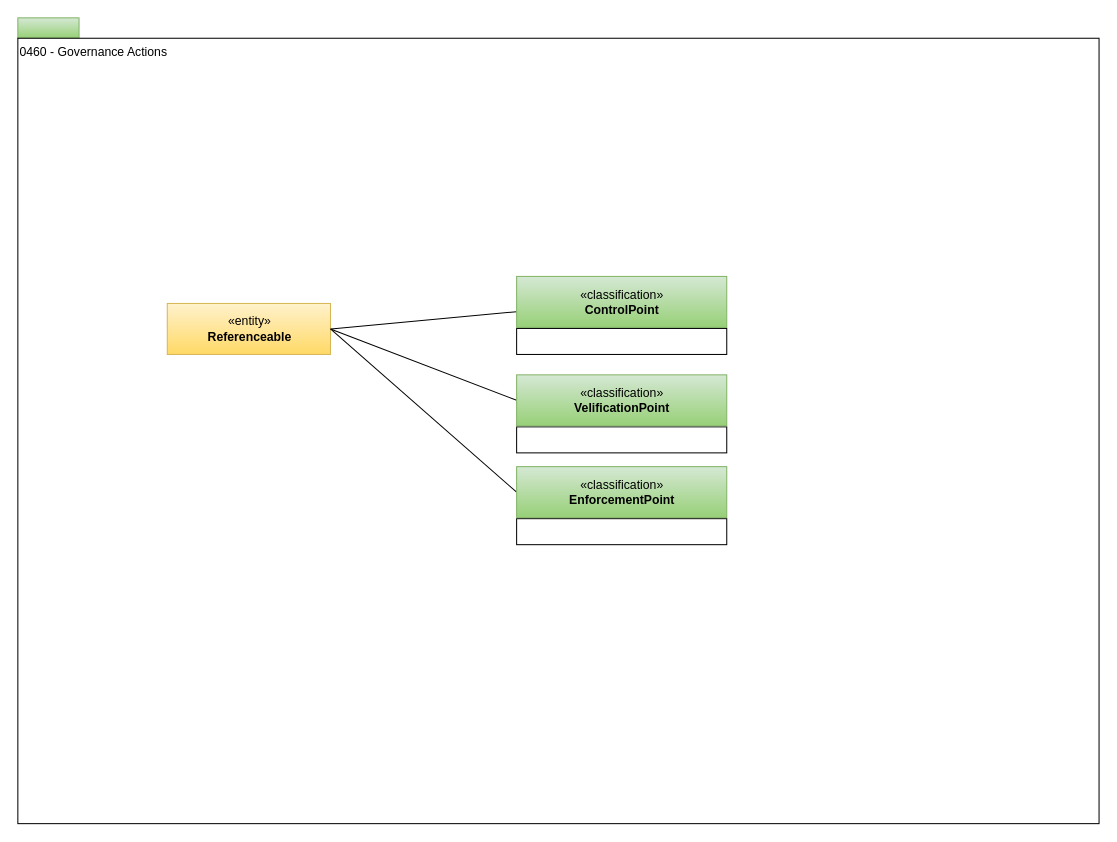
This is page "0460-Governance-Execution-Points" (20 of 28) of open-metadata-publication/website/open-metadata-types/area-4-governance.drawio from odpi/egeria, a draw.io file, before an edit. Source tidied: cells renumbered, new cells numbered last; positions are measured from the earlier drawing's top-left corner, leaving out a move shared by most shapes. Both pictures are drawn from the tidied source at 102%, with x=0, y=0 at pixel (17, 17).
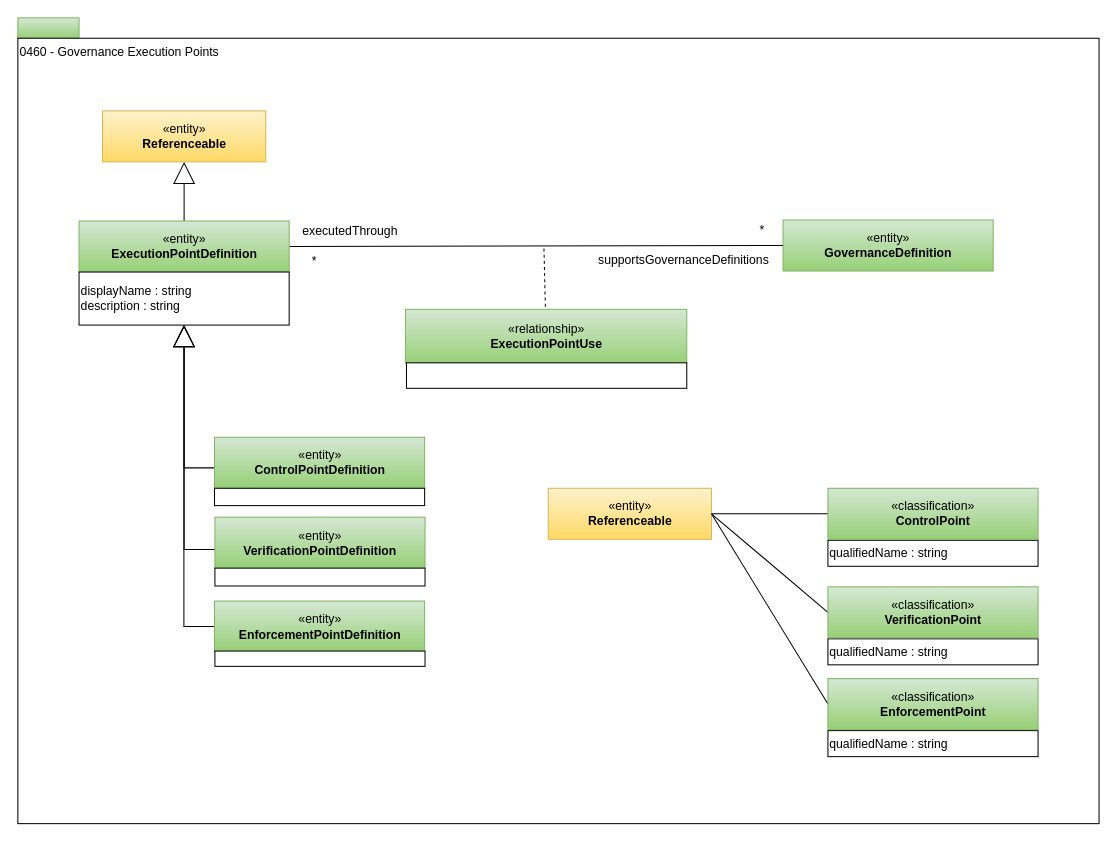
The same diagram, later.

Change to the diagram source:
```diff
@@
-    <mxCell id="3" value="0460 - Governance Actions" style="rounded=0;whiteSpace=wrap;html=1;align=left;verticalAlign=top;" parent="1" vertex="1">
+    <mxCell id="3" value="0460 - Governance Execution Points" style="rounded=0;whiteSpace=wrap;html=1;align=left;verticalAlign=top;" parent="1" vertex="1">
       <mxGeometry y="20" width="1060" height="770" as="geometry" />
     </mxCell>
-    <mxCell id="4" value="&lt;span&gt;&lt;br&gt;&lt;/span&gt;" style="rounded=0;whiteSpace=wrap;html=1;strokeColor=#000000;gradientColor=#ffffff;align=left;" parent="1" vertex="1">
-      <mxGeometry x="489" y="304.5" width="206" height="25.5" as="geometry" />
+    <mxCell id="4" value="&lt;span&gt;qualifiedName : string&lt;br&gt;&lt;/span&gt;" style="rounded=0;whiteSpace=wrap;html=1;strokeColor=#000000;gradientColor=#ffffff;align=left;" parent="1" vertex="1">
+      <mxGeometry x="794.2" y="512.2" width="206" height="25.5" as="geometry" />
     </mxCell>
-    <mxCell id="5" style="rounded=0;html=1;endArrow=none;endFill=0;jettySize=auto;" parent="1" edge="1" target="7">
-      <mxGeometry relative="1" as="geometry">
-        <mxPoint x="307" y="305" as="sourcePoint" />
-      </mxGeometry>
+    <mxCell id="5" style="rounded=0;html=1;endArrow=none;endFill=0;jettySize=auto;exitX=1;exitY=0.5;exitDx=0;exitDy=0;" parent="1" edge="1" source="6" target="7">
+      <mxGeometry relative="1" as="geometry" />
     </mxCell>
     <mxCell id="6" value="«entity»&lt;br&gt;&lt;b&gt;Referenceable&lt;/b&gt;" style="html=1;strokeColor=#d6b656;align=center;fillColor=#fff2cc;gradientColor=#ffd966;" parent="1" vertex="1">
-      <mxGeometry x="146.5" y="280" width="160" height="50" as="geometry" />
+      <mxGeometry x="520" y="461.2" width="160" height="50" as="geometry" />
     </mxCell>
     <mxCell id="7" value="«classification»&lt;br&gt;&lt;b&gt;ControlPoint&lt;/b&gt;" style="html=1;strokeColor=#82b366;align=center;fillColor=#d5e8d4;gradientColor=#97d077;" parent="1" vertex="1">
-      <mxGeometry x="489" y="253.5" width="206" height="50" as="geometry" />
+      <mxGeometry x="794.2" y="461.2" width="206" height="50" as="geometry" />
     </mxCell>
-    <mxCell id="8" value="&lt;span&gt;&lt;br&gt;&lt;/span&gt;" style="rounded=0;whiteSpace=wrap;html=1;strokeColor=#000000;gradientColor=#ffffff;align=left;" parent="1" vertex="1">
-      <mxGeometry x="489" y="401" width="206" height="25.5" as="geometry" />
+    <mxCell id="8" value="&lt;span&gt;qualifiedName : string&lt;br&gt;&lt;/span&gt;" style="rounded=0;whiteSpace=wrap;html=1;strokeColor=#000000;gradientColor=#ffffff;align=left;" parent="1" vertex="1">
+      <mxGeometry x="794.2" y="608.8" width="206" height="25.5" as="geometry" />
     </mxCell>
@@
-    <mxCell id="10" value="«classification»&lt;br&gt;&lt;b&gt;VelificationPoint&lt;/b&gt;" style="html=1;strokeColor=#82b366;align=center;fillColor=#d5e8d4;gradientColor=#97d077;" parent="1" vertex="1">
-      <mxGeometry x="489" y="350" width="206" height="50" as="geometry" />
+    <mxCell id="10" value="«classification»&lt;br&gt;&lt;b&gt;VerificationPoint&lt;/b&gt;" style="html=1;strokeColor=#82b366;align=center;fillColor=#d5e8d4;gradientColor=#97d077;" parent="1" vertex="1">
+      <mxGeometry x="794.2" y="557.8" width="206" height="50" as="geometry" />
     </mxCell>
-    <mxCell id="11" value="&lt;span&gt;&lt;br&gt;&lt;/span&gt;" style="rounded=0;whiteSpace=wrap;html=1;strokeColor=#000000;gradientColor=#ffffff;align=left;" parent="1" vertex="1">
-      <mxGeometry x="489" y="491" width="206" height="25.5" as="geometry" />
+    <mxCell id="11" value="&lt;span&gt;qualifiedName : string&lt;br&gt;&lt;/span&gt;" style="rounded=0;whiteSpace=wrap;html=1;strokeColor=#000000;gradientColor=#ffffff;align=left;" parent="1" vertex="1">
+      <mxGeometry x="794.2" y="698.8" width="206" height="25.5" as="geometry" />
     </mxCell>
@@
     <mxCell id="13" value="«classification»&lt;br&gt;&lt;b&gt;EnforcementPoint&lt;/b&gt;" style="html=1;strokeColor=#82b366;align=center;fillColor=#d5e8d4;gradientColor=#97d077;" parent="1" vertex="1">
-      <mxGeometry x="489" y="440" width="206" height="50" as="geometry" />
+      <mxGeometry x="794.2" y="647.8" width="206" height="50" as="geometry" />
     </mxCell>
+    <mxCell id="14" style="edgeStyle=orthogonalEdgeStyle;rounded=0;jettySize=auto;html=1;exitX=0;exitY=0.5;exitDx=0;exitDy=0;entryX=0.5;entryY=1;entryDx=0;entryDy=0;endArrow=block;endFill=0;endSize=19;strokeWidth=1;" parent="1" edge="1" source="15" target="34">
+      <mxGeometry relative="1" as="geometry">
+        <Array as="points">
+          <mxPoint x="192.8" y="441.2" />
+          <mxPoint x="162.8" y="441.2" />
+        </Array>
+      </mxGeometry>
+    </mxCell>
+    <mxCell id="15" value="«entity»&lt;br&gt;&lt;b&gt;ControlPointDefinition&lt;/b&gt;" style="html=1;strokeColor=#82b366;align=center;fillColor=#d5e8d4;gradientColor=#97d077;" parent="1" vertex="1">
+      <mxGeometry x="192.8" y="411.2" width="206" height="50" as="geometry" />
+    </mxCell>
+    <mxCell id="16" style="rounded=0;whiteSpace=wrap;html=1;strokeColor=#000000;gradientColor=#ffffff;align=center;" parent="1" vertex="1">
+      <mxGeometry x="192.8" y="461.2" width="206" height="17" as="geometry" />
+    </mxCell>
+    <mxCell id="17" style="rounded=0;jettySize=auto;html=1;entryX=0.5;entryY=1;entryDx=0;entryDy=0;exitX=0.5;exitY=0;exitDx=0;exitDy=0;endArrow=block;endFill=0;endSize=19;edgeStyle=orthogonalEdgeStyle;" parent="1" edge="1" source="18" target="34">
+      <mxGeometry relative="1" as="geometry">
+        <Array as="points">
+          <mxPoint x="296.8" y="521.2" />
+          <mxPoint x="162.8" y="521.2" />
+        </Array>
+      </mxGeometry>
+    </mxCell>
+    <mxCell id="18" value="«entity»&lt;br&gt;&lt;b&gt;VerificationPointDefinition&lt;/b&gt;" style="html=1;strokeColor=#82b366;align=center;fillColor=#d5e8d4;gradientColor=#97d077;" parent="1" vertex="1">
+      <mxGeometry x="193.2" y="489.5" width="206" height="50" as="geometry" />
+    </mxCell>
+    <mxCell id="19" style="rounded=0;whiteSpace=wrap;html=1;strokeColor=#000000;gradientColor=#ffffff;align=center;" parent="1" vertex="1">
+      <mxGeometry x="193.2" y="539.5" width="206" height="17.5" as="geometry" />
+    </mxCell>
+    <mxCell id="20" value="«entity»&lt;br&gt;&lt;b&gt;GovernanceDefinition&lt;/b&gt;" style="html=1;strokeColor=#82b366;align=center;fillColor=#d5e8d4;gradientColor=#97d077;" parent="1" vertex="1">
+      <mxGeometry x="750.2" y="198.2" width="206" height="50" as="geometry" />
+    </mxCell>
+    <mxCell id="21" value="«relationship»&lt;br&gt;&lt;b&gt;ExecutionPointUse&lt;/b&gt;" style="html=1;strokeColor=#82b366;align=center;fillColor=#d5e8d4;gradientColor=#97d077;" parent="1" vertex="1">
+      <mxGeometry x="380" y="285.8" width="275.8" height="53" as="geometry" />
+    </mxCell>
+    <mxCell id="22" style="endArrow=none;dashed=1;html=1;" parent="1" edge="1" target="21">
+      <mxGeometry relative="1" as="geometry">
+        <mxPoint x="515.8" y="226.2" as="sourcePoint" />
+      </mxGeometry>
+    </mxCell>
+    <mxCell id="23" value="*" style="text;html=1;strokeColor=none;fillColor=none;align=center;verticalAlign=middle;whiteSpace=wrap;rounded=0;" parent="1" vertex="1">
+      <mxGeometry x="271" y="229.2" width="40" height="20" as="geometry" />
+    </mxCell>
+    <mxCell id="24" value="*" style="text;html=1;strokeColor=none;fillColor=none;align=center;verticalAlign=middle;whiteSpace=wrap;rounded=0;" parent="1" vertex="1">
+      <mxGeometry x="710.2" y="198.2" width="40" height="20" as="geometry" />
+    </mxCell>
+    <mxCell id="25" style="rounded=0;whiteSpace=wrap;html=1;strokeColor=#000000;align=left;fillColor=#ffffff;" parent="1" vertex="1">
+      <mxGeometry x="381" y="338.2" width="274.8" height="25" as="geometry" />
+    </mxCell>
+    <mxCell id="26" value="supportsGovernanceDefinitions" style="text;html=1;strokeColor=none;fillColor=none;align=center;verticalAlign=middle;whiteSpace=wrap;rounded=0;" parent="1" vertex="1">
+      <mxGeometry x="580" y="228.2" width="146" height="20" as="geometry" />
+    </mxCell>
+    <mxCell id="27" value="executedThrough" style="text;html=1;strokeColor=none;fillColor=none;align=center;verticalAlign=middle;whiteSpace=wrap;rounded=0;" parent="1" vertex="1">
+      <mxGeometry x="271" y="199.2" width="110" height="20" as="geometry" />
+    </mxCell>
+    <mxCell id="28" style="endArrow=none;html=1;entryX=0;entryY=0.5;exitX=1;exitY=0.5;exitDx=0;exitDy=0;" parent="1" edge="1" source="33" target="20">
+      <mxGeometry relative="1" as="geometry" />
+    </mxCell>
+    <mxCell id="29" style="rounded=0;jettySize=auto;html=1;endArrow=block;endFill=0;endSize=19;strokeWidth=1;edgeStyle=orthogonalEdgeStyle;" parent="1" edge="1" source="30" target="34">
+      <mxGeometry relative="1" as="geometry">
+        <Array as="points">
+          <mxPoint x="162.8" y="597.2" />
+        </Array>
+      </mxGeometry>
+    </mxCell>
+    <mxCell id="30" value="«entity»&lt;br&gt;&lt;b&gt;EnforcementPointDefinition&lt;/b&gt;" style="html=1;strokeColor=#82b366;align=center;fillColor=#d5e8d4;gradientColor=#97d077;" parent="1" vertex="1">
+      <mxGeometry x="192.8" y="571.8" width="206" height="50" as="geometry" />
+    </mxCell>
+    <mxCell id="31" style="rounded=0;whiteSpace=wrap;html=1;strokeColor=#000000;gradientColor=#ffffff;align=left;" parent="1" vertex="1">
+      <mxGeometry x="193.2" y="620.8" width="206" height="15" as="geometry" />
+    </mxCell>
+    <mxCell id="32" style="edgeStyle=none;rounded=1;jettySize=auto;html=1;endArrow=block;endFill=0;endSize=19;strokeWidth=1;entryX=0.5;entryY=1;entryDx=0;entryDy=0;" parent="1" edge="1" source="33" target="35">
+      <mxGeometry relative="1" as="geometry" />
+    </mxCell>
+    <mxCell id="33" value="«entity»&lt;br&gt;&lt;b&gt;ExecutionPointDefinition&lt;/b&gt;" style="html=1;strokeColor=#82b366;align=center;fillColor=#d5e8d4;gradientColor=#97d077;" parent="1" vertex="1">
+      <mxGeometry x="60" y="199.2" width="206" height="50" as="geometry" />
+    </mxCell>
+    <mxCell id="34" value="&lt;span&gt;displayName : string&lt;/span&gt;&lt;br&gt;&lt;span&gt;description : string&lt;/span&gt;&lt;br&gt;" style="rounded=0;whiteSpace=wrap;html=1;strokeColor=#000000;gradientColor=#ffffff;align=left;" parent="1" vertex="1">
+      <mxGeometry x="60" y="249.2" width="206" height="52" as="geometry" />
+    </mxCell>
+    <mxCell id="35" value="«entity»&lt;br&gt;&lt;b&gt;Referenceable&lt;/b&gt;" style="html=1;strokeColor=#d6b656;align=center;fillColor=#fff2cc;gradientColor=#ffd966;" parent="1" vertex="1">
+      <mxGeometry x="83" y="91.2" width="160" height="50" as="geometry" />
+    </mxCell>
```
